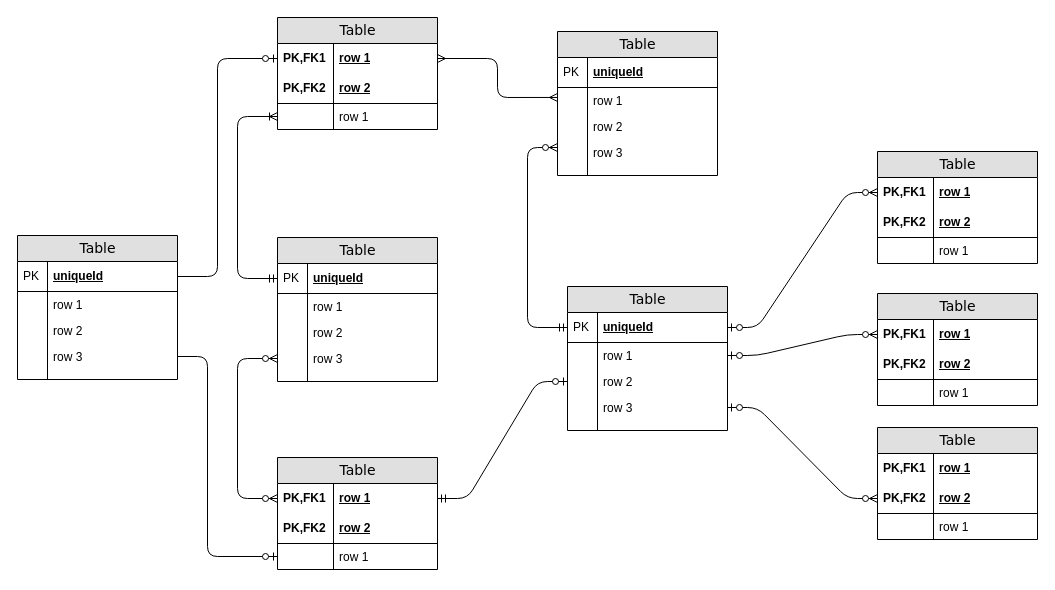
This is sql_design.drawio from sharathmg-sap/code-ux, a draw.io file, before an edit. Source tidied: cells renumbered, new cells numbered last; positions are measured from the earlier drawing's top-left corner, leaving out a move shared by most shapes. Both pictures are drawn from the tidied source at 100%, with x=0, y=0 at pixel (17, 17).
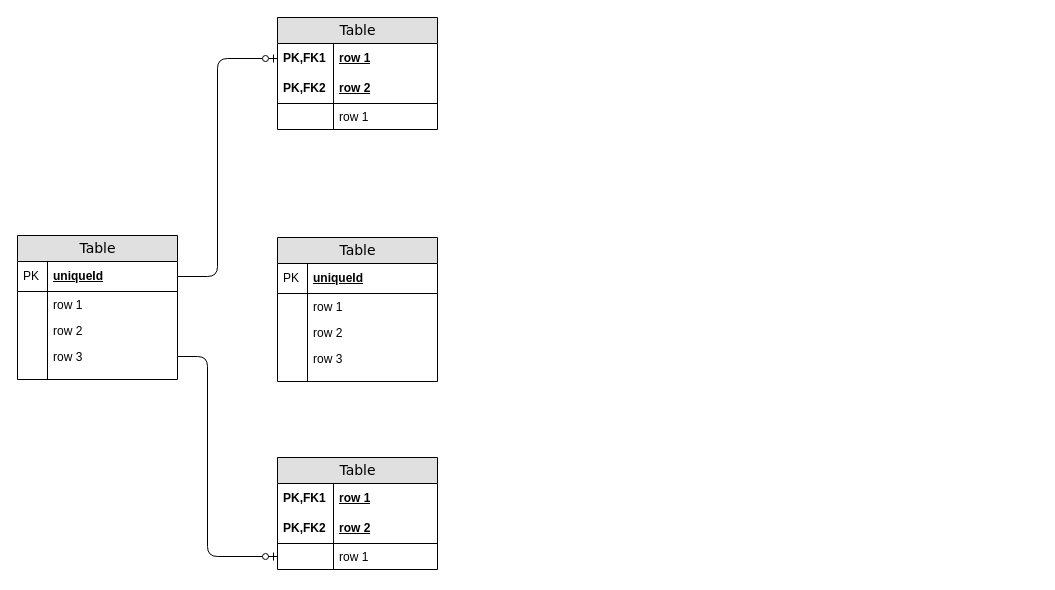
The same diagram, later.

Unchanged cells that the change refers to:
```xml
<mxCell id="3" value="row 1" style="shape=partialRectangle;top=0;left=0;right=0;bottom=0;html=1;align=left;verticalAlign=middle;fillColor=none;spacingLeft=60;spacingRight=4;whiteSpace=wrap;overflow=hidden;points=[[0,0.5],[1,0.5]];portConstraint=eastwest;fontStyle=5;" parent="2" vertex="1">
  <mxGeometry y="26" width="160" height="30" as="geometry" />
</mxCell>
<mxCell id="7" value="row 1" style="shape=partialRectangle;top=0;left=0;right=0;bottom=0;html=1;align=left;verticalAlign=top;fillColor=none;spacingLeft=60;spacingRight=4;whiteSpace=wrap;overflow=hidden;points=[[0,0.5],[1,0.5]];portConstraint=eastwest;" parent="2" vertex="1">
  <mxGeometry y="86" width="160" height="26" as="geometry" />
</mxCell>
<mxCell id="21" value="uniqueId" style="shape=partialRectangle;top=0;left=0;right=0;bottom=1;html=1;align=left;verticalAlign=middle;fillColor=none;spacingLeft=34;spacingRight=4;whiteSpace=wrap;overflow=hidden;points=[[0,0.5],[1,0.5]];portConstraint=eastwest;fontStyle=5;" parent="20" vertex="1">
  <mxGeometry y="26" width="160" height="30" as="geometry" />
</mxCell>
<mxCell id="27" value="row 3" style="shape=partialRectangle;top=0;left=0;right=0;bottom=0;html=1;align=left;verticalAlign=top;fillColor=none;spacingLeft=34;spacingRight=4;whiteSpace=wrap;overflow=hidden;points=[[0,0.5],[1,0.5]];portConstraint=eastwest;" parent="20" vertex="1">
  <mxGeometry y="108" width="160" height="26" as="geometry" />
</mxCell>
<mxCell id="50" value="row 1" style="shape=partialRectangle;top=0;left=0;right=0;bottom=0;html=1;align=left;verticalAlign=middle;fillColor=none;spacingLeft=60;spacingRight=4;whiteSpace=wrap;overflow=hidden;points=[[0,0.5],[1,0.5]];portConstraint=eastwest;fontStyle=5;" parent="49" vertex="1">
  <mxGeometry y="26" width="160" height="30" as="geometry" />
</mxCell>
```

The edit, as a diff of the source:
```diff
@@
-    <mxCell id="9" value="Table" style="swimlane;html=1;fontStyle=0;horizontal=1;startSize=26;fillColor=#e0e0e0;swimlaneFillColor=#ffffff;align=center;rounded=0;shadow=0;comic=0;labelBackgroundColor=none;strokeWidth=1;fontFamily=Verdana;fontSize=14;swimlaneLine=1;" parent="1" vertex="1">
-      <mxGeometry x="540" y="14" width="160" height="144" as="geometry" />
-    </mxCell>
-    <mxCell id="10" value="uniqueId" style="shape=partialRectangle;top=0;left=0;right=0;bottom=1;html=1;align=left;verticalAlign=middle;fillColor=none;spacingLeft=34;spacingRight=4;whiteSpace=wrap;overflow=hidden;fontStyle=5;" parent="9" vertex="1">
-      <mxGeometry y="26" width="160" height="30" as="geometry" />
-    </mxCell>
-    <mxCell id="11" value="PK" style="shape=partialRectangle;top=0;left=0;bottom=0;html=1;fillColor=none;align=left;verticalAlign=middle;spacingLeft=4;spacingRight=4;whiteSpace=wrap;overflow=hidden;" parent="10" vertex="1">
-      <mxGeometry width="30" height="30" as="geometry" />
-    </mxCell>
-    <mxCell id="12" value="row 1" style="shape=partialRectangle;top=0;left=0;right=0;bottom=0;html=1;align=left;verticalAlign=top;fillColor=none;spacingLeft=34;spacingRight=4;whiteSpace=wrap;overflow=hidden;points=[[0,0.5],[1,0.5]];portConstraint=eastwest;" parent="9" vertex="1">
-      <mxGeometry y="56" width="160" height="26" as="geometry" />
-    </mxCell>
-    <mxCell id="13" style="shape=partialRectangle;top=0;left=0;bottom=0;html=1;fillColor=none;align=left;verticalAlign=top;spacingLeft=4;spacingRight=4;whiteSpace=wrap;overflow=hidden;" parent="12" vertex="1">
-      <mxGeometry width="30" height="26" as="geometry" />
-    </mxCell>
-    <mxCell id="14" value="row 2" style="shape=partialRectangle;top=0;left=0;right=0;bottom=0;html=1;align=left;verticalAlign=top;fillColor=none;spacingLeft=34;spacingRight=4;whiteSpace=wrap;overflow=hidden;" parent="9" vertex="1">
-      <mxGeometry y="82" width="160" height="26" as="geometry" />
-    </mxCell>
-    <mxCell id="15" style="shape=partialRectangle;top=0;left=0;bottom=0;html=1;fillColor=none;align=left;verticalAlign=top;spacingLeft=4;spacingRight=4;whiteSpace=wrap;overflow=hidden;" parent="14" vertex="1">
-      <mxGeometry width="30" height="26" as="geometry" />
-    </mxCell>
-    <mxCell id="16" value="row 3" style="shape=partialRectangle;top=0;left=0;right=0;bottom=0;html=1;align=left;verticalAlign=top;fillColor=none;spacingLeft=34;spacingRight=4;whiteSpace=wrap;overflow=hidden;points=[[0,0.5],[1,0.5]];portConstraint=eastwest;" parent="9" vertex="1">
-      <mxGeometry y="108" width="160" height="26" as="geometry" />
-    </mxCell>
-    <mxCell id="17" style="shape=partialRectangle;top=0;left=0;bottom=0;html=1;fillColor=none;align=left;verticalAlign=top;spacingLeft=4;spacingRight=4;whiteSpace=wrap;overflow=hidden;" parent="16" vertex="1">
-      <mxGeometry width="30" height="26" as="geometry" />
-    </mxCell>
-    <mxCell id="18" style="shape=partialRectangle;top=0;left=0;right=0;bottom=0;html=1;align=left;verticalAlign=top;fillColor=none;spacingLeft=34;spacingRight=4;whiteSpace=wrap;overflow=hidden;" parent="9" vertex="1">
-      <mxGeometry y="134" width="160" height="10" as="geometry" />
-    </mxCell>
-    <mxCell id="19" style="shape=partialRectangle;top=0;left=0;bottom=0;html=1;fillColor=none;align=left;verticalAlign=top;spacingLeft=4;spacingRight=4;whiteSpace=wrap;overflow=hidden;" parent="18" vertex="1">
-      <mxGeometry width="30" height="10" as="geometry" />
-    </mxCell>
@@
-    <mxCell id="31" value="Table" style="swimlane;html=1;fontStyle=0;horizontal=1;startSize=26;fillColor=#e0e0e0;swimlaneFillColor=#ffffff;align=center;rounded=0;shadow=0;comic=0;labelBackgroundColor=none;strokeWidth=1;fontFamily=Verdana;fontSize=14;" parent="1" vertex="1">
-      <mxGeometry x="550" y="269" width="160" height="144" as="geometry" />
-    </mxCell>
-    <mxCell id="32" value="uniqueId" style="shape=partialRectangle;top=0;left=0;right=0;bottom=1;html=1;align=left;verticalAlign=middle;fillColor=none;spacingLeft=34;spacingRight=4;whiteSpace=wrap;overflow=hidden;points=[[0,0.5],[1,0.5]];portConstraint=eastwest;fontStyle=5;" parent="31" vertex="1">
-      <mxGeometry y="26" width="160" height="30" as="geometry" />
-    </mxCell>
-    <mxCell id="33" value="PK" style="shape=partialRectangle;top=0;left=0;bottom=0;html=1;fillColor=none;align=left;verticalAlign=middle;spacingLeft=4;spacingRight=4;whiteSpace=wrap;overflow=hidden;" parent="32" vertex="1">
-      <mxGeometry width="30" height="30" as="geometry" />
-    </mxCell>
-    <mxCell id="34" value="row 1" style="shape=partialRectangle;top=0;left=0;right=0;bottom=0;html=1;align=left;verticalAlign=top;fillColor=none;spacingLeft=34;spacingRight=4;whiteSpace=wrap;overflow=hidden;points=[[0,0.5],[1,0.5]];portConstraint=eastwest;" parent="31" vertex="1">
-      <mxGeometry y="56" width="160" height="26" as="geometry" />
-    </mxCell>
-    <mxCell id="35" style="shape=partialRectangle;top=0;left=0;bottom=0;html=1;fillColor=none;align=left;verticalAlign=top;spacingLeft=4;spacingRight=4;whiteSpace=wrap;overflow=hidden;" parent="34" vertex="1">
-      <mxGeometry width="30" height="26" as="geometry" />
-    </mxCell>
-    <mxCell id="36" value="row 2" style="shape=partialRectangle;top=0;left=0;right=0;bottom=0;html=1;align=left;verticalAlign=top;fillColor=none;spacingLeft=34;spacingRight=4;whiteSpace=wrap;overflow=hidden;points=[[0,0.5],[1,0.5]];portConstraint=eastwest;" parent="31" vertex="1">
-      <mxGeometry y="82" width="160" height="26" as="geometry" />
-    </mxCell>
-    <mxCell id="37" style="shape=partialRectangle;top=0;left=0;bottom=0;html=1;fillColor=none;align=left;verticalAlign=top;spacingLeft=4;spacingRight=4;whiteSpace=wrap;overflow=hidden;" parent="36" vertex="1">
-      <mxGeometry width="30" height="26" as="geometry" />
-    </mxCell>
-    <mxCell id="38" value="row 3" style="shape=partialRectangle;top=0;left=0;right=0;bottom=0;html=1;align=left;verticalAlign=top;fillColor=none;spacingLeft=34;spacingRight=4;whiteSpace=wrap;overflow=hidden;points=[[0,0.5],[1,0.5]];portConstraint=eastwest;" parent="31" vertex="1">
-      <mxGeometry y="108" width="160" height="26" as="geometry" />
-    </mxCell>
-    <mxCell id="39" style="shape=partialRectangle;top=0;left=0;bottom=0;html=1;fillColor=none;align=left;verticalAlign=top;spacingLeft=4;spacingRight=4;whiteSpace=wrap;overflow=hidden;" parent="38" vertex="1">
-      <mxGeometry width="30" height="26" as="geometry" />
-    </mxCell>
-    <mxCell id="40" style="shape=partialRectangle;top=0;left=0;right=0;bottom=0;html=1;align=left;verticalAlign=top;fillColor=none;spacingLeft=34;spacingRight=4;whiteSpace=wrap;overflow=hidden;" parent="31" vertex="1">
-      <mxGeometry y="134" width="160" height="10" as="geometry" />
-    </mxCell>
-    <mxCell id="41" style="shape=partialRectangle;top=0;left=0;bottom=0;html=1;fillColor=none;align=left;verticalAlign=top;spacingLeft=4;spacingRight=4;whiteSpace=wrap;overflow=hidden;" parent="40" vertex="1">
-      <mxGeometry width="30" height="10" as="geometry" />
-    </mxCell>
-    <mxCell id="42" value="Table" style="swimlane;html=1;fontStyle=0;horizontal=1;startSize=26;fillColor=#e0e0e0;swimlaneFillColor=#ffffff;align=center;rounded=0;shadow=0;comic=0;labelBackgroundColor=none;strokeWidth=1;fontFamily=Verdana;fontSize=14;" parent="1" vertex="1">
-      <mxGeometry x="860" y="134" width="160" height="112" as="geometry" />
-    </mxCell>
-    <mxCell id="43" value="row 1" style="shape=partialRectangle;top=0;left=0;right=0;bottom=0;html=1;align=left;verticalAlign=middle;fillColor=none;spacingLeft=60;spacingRight=4;whiteSpace=wrap;overflow=hidden;points=[[0,0.5],[1,0.5]];portConstraint=eastwest;fontStyle=5;" parent="42" vertex="1">
-      <mxGeometry y="26" width="160" height="30" as="geometry" />
-    </mxCell>
-    <mxCell id="44" value="PK,FK1" style="shape=partialRectangle;fontStyle=1;top=0;left=0;bottom=0;html=1;fillColor=none;align=left;verticalAlign=middle;spacingLeft=4;spacingRight=4;whiteSpace=wrap;overflow=hidden;" parent="43" vertex="1">
-      <mxGeometry width="56" height="30" as="geometry" />
-    </mxCell>
-    <mxCell id="45" value="row 2" style="shape=partialRectangle;top=0;left=0;right=0;bottom=1;html=1;align=left;verticalAlign=middle;fillColor=none;spacingLeft=60;spacingRight=4;whiteSpace=wrap;overflow=hidden;fontStyle=5;" parent="42" vertex="1">
-      <mxGeometry y="56" width="160" height="30" as="geometry" />
-    </mxCell>
-    <mxCell id="46" value="PK,FK2" style="shape=partialRectangle;fontStyle=1;top=0;left=0;bottom=0;html=1;fillColor=none;align=left;verticalAlign=middle;spacingLeft=4;spacingRight=4;whiteSpace=wrap;overflow=hidden;" parent="45" vertex="1">
-      <mxGeometry width="56" height="30" as="geometry" />
-    </mxCell>
-    <mxCell id="47" value="row 1" style="shape=partialRectangle;top=0;left=0;right=0;bottom=0;html=1;align=left;verticalAlign=top;fillColor=none;spacingLeft=60;spacingRight=4;whiteSpace=wrap;overflow=hidden;" parent="42" vertex="1">
-      <mxGeometry y="86" width="160" height="26" as="geometry" />
-    </mxCell>
-    <mxCell id="48" style="shape=partialRectangle;top=0;left=0;bottom=0;html=1;fillColor=none;align=left;verticalAlign=top;spacingLeft=4;spacingRight=4;whiteSpace=wrap;overflow=hidden;" parent="47" vertex="1">
-      <mxGeometry width="56" height="26" as="geometry" />
-    </mxCell>
@@
-    <mxCell id="56" style="edgeStyle=orthogonalEdgeStyle;html=1;endArrow=ERoneToMany;startArrow=ERmandOne;labelBackgroundColor=none;fontFamily=Verdana;fontSize=14;entryX=0;entryY=0.5;exitX=0;exitY=0.5;" parent="1" edge="1" source="21" target="7">
-      <mxGeometry relative="1" as="geometry">
-        <Array as="points">
-          <mxPoint x="220" y="261" />
-          <mxPoint x="220" y="99" />
-        </Array>
-      </mxGeometry>
-    </mxCell>
-    <mxCell id="57" style="edgeStyle=orthogonalEdgeStyle;html=1;endArrow=ERzeroToMany;endFill=1;startArrow=ERzeroToMany;labelBackgroundColor=none;fontFamily=Verdana;fontSize=14;entryX=0;entryY=0.5;exitX=0;exitY=0.5;" parent="1" edge="1" source="50" target="27">
-      <mxGeometry relative="1" as="geometry">
-        <Array as="points">
-          <mxPoint x="220" y="481" />
-          <mxPoint x="220" y="341" />
-        </Array>
-      </mxGeometry>
-    </mxCell>
-    <mxCell id="58" style="edgeStyle=orthogonalEdgeStyle;html=1;endArrow=ERmany;startArrow=ERmany;labelBackgroundColor=none;fontFamily=Verdana;fontSize=14;entryX=1;entryY=0.5;exitX=0;exitY=0.383;exitPerimeter=0;" parent="1" edge="1" source="12" target="3">
-      <mxGeometry relative="1" as="geometry">
-        <Array as="points">
-          <mxPoint x="480" y="80" />
-          <mxPoint x="480" y="41" />
-        </Array>
-      </mxGeometry>
-    </mxCell>
-    <mxCell id="59" style="edgeStyle=orthogonalEdgeStyle;html=1;endArrow=ERzeroToMany;startArrow=ERmandOne;labelBackgroundColor=none;fontFamily=Verdana;fontSize=14;entryX=0;entryY=0.308;entryPerimeter=0;exitX=0;exitY=0.5;" parent="1" edge="1" source="32" target="16">
-      <mxGeometry relative="1" as="geometry">
-        <Array as="points">
-          <mxPoint x="510" y="310" />
-          <mxPoint x="510" y="130" />
-        </Array>
-      </mxGeometry>
-    </mxCell>
-    <mxCell id="60" style="edgeStyle=entityRelationEdgeStyle;html=1;endArrow=ERzeroToOne;startArrow=ERmandOne;labelBackgroundColor=none;fontFamily=Verdana;fontSize=14;exitX=1;exitY=0.5;entryX=0;entryY=0.5;" parent="1" edge="1" source="50" target="36">
-      <mxGeometry relative="1" as="geometry" />
-    </mxCell>
-    <mxCell id="61" style="edgeStyle=entityRelationEdgeStyle;html=1;endArrow=ERzeroToMany;startArrow=ERzeroToOne;labelBackgroundColor=none;fontFamily=Verdana;fontSize=14;entryX=0;entryY=0.5;exitX=1;exitY=0.5;" parent="1" edge="1" source="32" target="43">
-      <mxGeometry relative="1" as="geometry" />
-    </mxCell>
-    <mxCell id="62" value="Table" style="swimlane;html=1;fontStyle=0;horizontal=1;startSize=26;fillColor=#e0e0e0;swimlaneFillColor=#ffffff;align=center;rounded=0;shadow=0;comic=0;labelBackgroundColor=none;strokeWidth=1;fontFamily=Verdana;fontSize=14;" parent="1" vertex="1">
-      <mxGeometry x="860" y="276" width="160" height="112" as="geometry" />
-    </mxCell>
-    <mxCell id="63" value="row 1" style="shape=partialRectangle;top=0;left=0;right=0;bottom=0;html=1;align=left;verticalAlign=middle;fillColor=none;spacingLeft=60;spacingRight=4;whiteSpace=wrap;overflow=hidden;points=[[0,0.5],[1,0.5]];portConstraint=eastwest;fontStyle=5;" parent="62" vertex="1">
-      <mxGeometry y="26" width="160" height="30" as="geometry" />
-    </mxCell>
-    <mxCell id="64" value="PK,FK1" style="shape=partialRectangle;fontStyle=1;top=0;left=0;bottom=0;html=1;fillColor=none;align=left;verticalAlign=middle;spacingLeft=4;spacingRight=4;whiteSpace=wrap;overflow=hidden;" parent="63" vertex="1">
-      <mxGeometry width="56" height="30" as="geometry" />
-    </mxCell>
-    <mxCell id="65" value="row 2" style="shape=partialRectangle;top=0;left=0;right=0;bottom=1;html=1;align=left;verticalAlign=middle;fillColor=none;spacingLeft=60;spacingRight=4;whiteSpace=wrap;overflow=hidden;fontStyle=5;" parent="62" vertex="1">
-      <mxGeometry y="56" width="160" height="30" as="geometry" />
-    </mxCell>
-    <mxCell id="66" value="PK,FK2" style="shape=partialRectangle;fontStyle=1;top=0;left=0;bottom=0;html=1;fillColor=none;align=left;verticalAlign=middle;spacingLeft=4;spacingRight=4;whiteSpace=wrap;overflow=hidden;" parent="65" vertex="1">
-      <mxGeometry width="56" height="30" as="geometry" />
-    </mxCell>
-    <mxCell id="67" value="row 1" style="shape=partialRectangle;top=0;left=0;right=0;bottom=0;html=1;align=left;verticalAlign=top;fillColor=none;spacingLeft=60;spacingRight=4;whiteSpace=wrap;overflow=hidden;" parent="62" vertex="1">
-      <mxGeometry y="86" width="160" height="26" as="geometry" />
-    </mxCell>
-    <mxCell id="68" style="shape=partialRectangle;top=0;left=0;bottom=0;html=1;fillColor=none;align=left;verticalAlign=top;spacingLeft=4;spacingRight=4;whiteSpace=wrap;overflow=hidden;" parent="67" vertex="1">
-      <mxGeometry width="56" height="26" as="geometry" />
-    </mxCell>
-    <mxCell id="69" value="Table" style="swimlane;html=1;fontStyle=0;horizontal=1;startSize=26;fillColor=#e0e0e0;swimlaneFillColor=#ffffff;align=center;rounded=0;shadow=0;comic=0;labelBackgroundColor=none;strokeWidth=1;fontFamily=Verdana;fontSize=14;" parent="1" vertex="1">
-      <mxGeometry x="860" y="410" width="160" height="112" as="geometry" />
-    </mxCell>
-    <mxCell id="70" value="row 1" style="shape=partialRectangle;top=0;left=0;right=0;bottom=0;html=1;align=left;verticalAlign=middle;fillColor=none;spacingLeft=60;spacingRight=4;whiteSpace=wrap;overflow=hidden;fontStyle=5;" parent="69" vertex="1">
-      <mxGeometry y="26" width="160" height="30" as="geometry" />
-    </mxCell>
-    <mxCell id="71" value="PK,FK1" style="shape=partialRectangle;fontStyle=1;top=0;left=0;bottom=0;html=1;fillColor=none;align=left;verticalAlign=middle;spacingLeft=4;spacingRight=4;whiteSpace=wrap;overflow=hidden;" parent="70" vertex="1">
-      <mxGeometry width="56" height="30" as="geometry" />
-    </mxCell>
-    <mxCell id="72" value="row 2" style="shape=partialRectangle;top=0;left=0;right=0;bottom=1;html=1;align=left;verticalAlign=middle;fillColor=none;spacingLeft=60;spacingRight=4;whiteSpace=wrap;overflow=hidden;points=[[0,0.5],[1,0.5]];portConstraint=eastwest;fontStyle=5;" parent="69" vertex="1">
-      <mxGeometry y="56" width="160" height="30" as="geometry" />
-    </mxCell>
-    <mxCell id="73" value="PK,FK2" style="shape=partialRectangle;fontStyle=1;top=0;left=0;bottom=0;html=1;fillColor=none;align=left;verticalAlign=middle;spacingLeft=4;spacingRight=4;whiteSpace=wrap;overflow=hidden;" parent="72" vertex="1">
-      <mxGeometry width="56" height="30" as="geometry" />
-    </mxCell>
-    <mxCell id="74" value="row 1" style="shape=partialRectangle;top=0;left=0;right=0;bottom=0;html=1;align=left;verticalAlign=top;fillColor=none;spacingLeft=60;spacingRight=4;whiteSpace=wrap;overflow=hidden;" parent="69" vertex="1">
-      <mxGeometry y="86" width="160" height="26" as="geometry" />
-    </mxCell>
-    <mxCell id="75" style="shape=partialRectangle;top=0;left=0;bottom=0;html=1;fillColor=none;align=left;verticalAlign=top;spacingLeft=4;spacingRight=4;whiteSpace=wrap;overflow=hidden;" parent="74" vertex="1">
-      <mxGeometry width="56" height="26" as="geometry" />
-    </mxCell>
-    <mxCell id="76" style="edgeStyle=entityRelationEdgeStyle;html=1;endArrow=ERzeroToMany;startArrow=ERzeroToOne;labelBackgroundColor=none;fontFamily=Verdana;fontSize=14;entryX=0;entryY=0.5;exitX=1;exitY=0.5;" parent="1" edge="1" source="34" target="63">
-      <mxGeometry relative="1" as="geometry" />
-    </mxCell>
-    <mxCell id="77" style="edgeStyle=entityRelationEdgeStyle;html=1;endArrow=ERzeroToMany;startArrow=ERzeroToOne;labelBackgroundColor=none;fontFamily=Verdana;fontSize=14;entryX=0;entryY=0.5;exitX=1;exitY=0.5;" parent="1" edge="1" source="38" target="72">
-      <mxGeometry relative="1" as="geometry" />
-    </mxCell>
```
